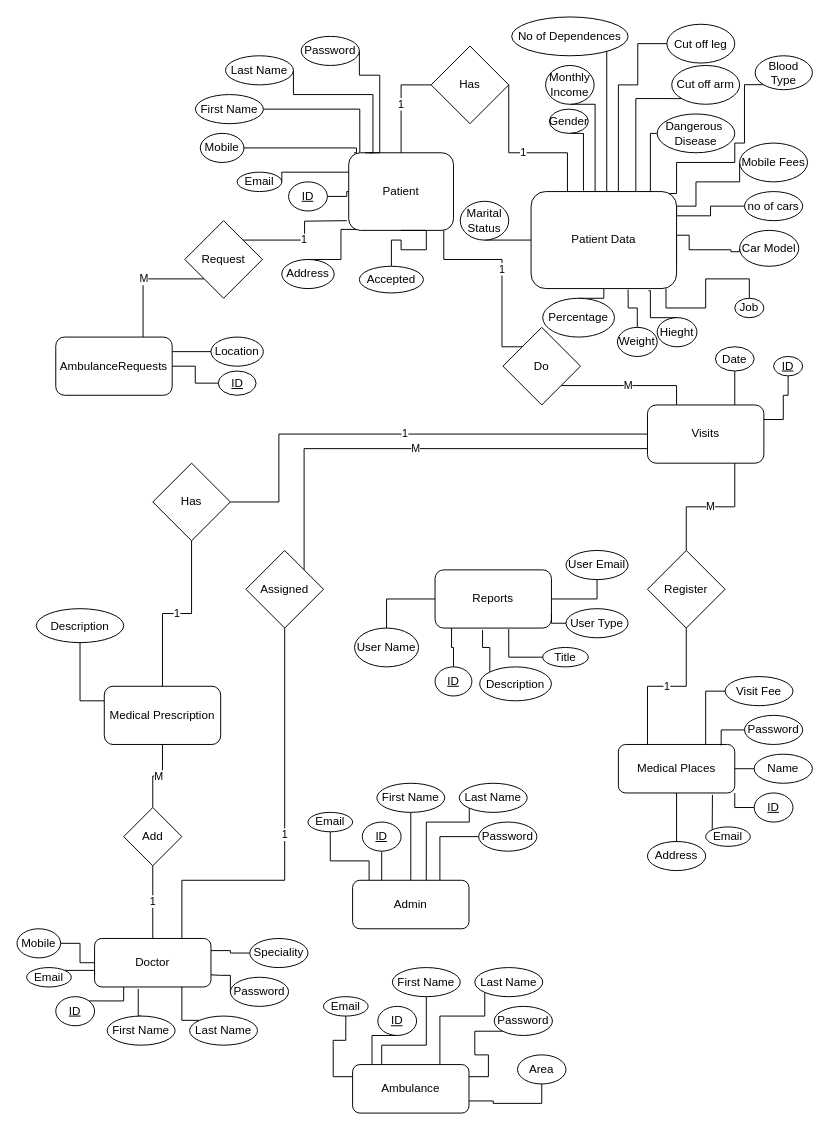
Earlier version of the draw.io diagram ERD.drawio (abdelrahmanbonna/Healthy_Shield_Analysis). Source tidied: cells renumbered, new cells numbered last; positions are measured from the earlier drawing's top-left corner, leaving out a move shared by most shapes. Both pictures are drawn from the tidied source at 97%, with x=0, y=0 at pixel (16, 16).
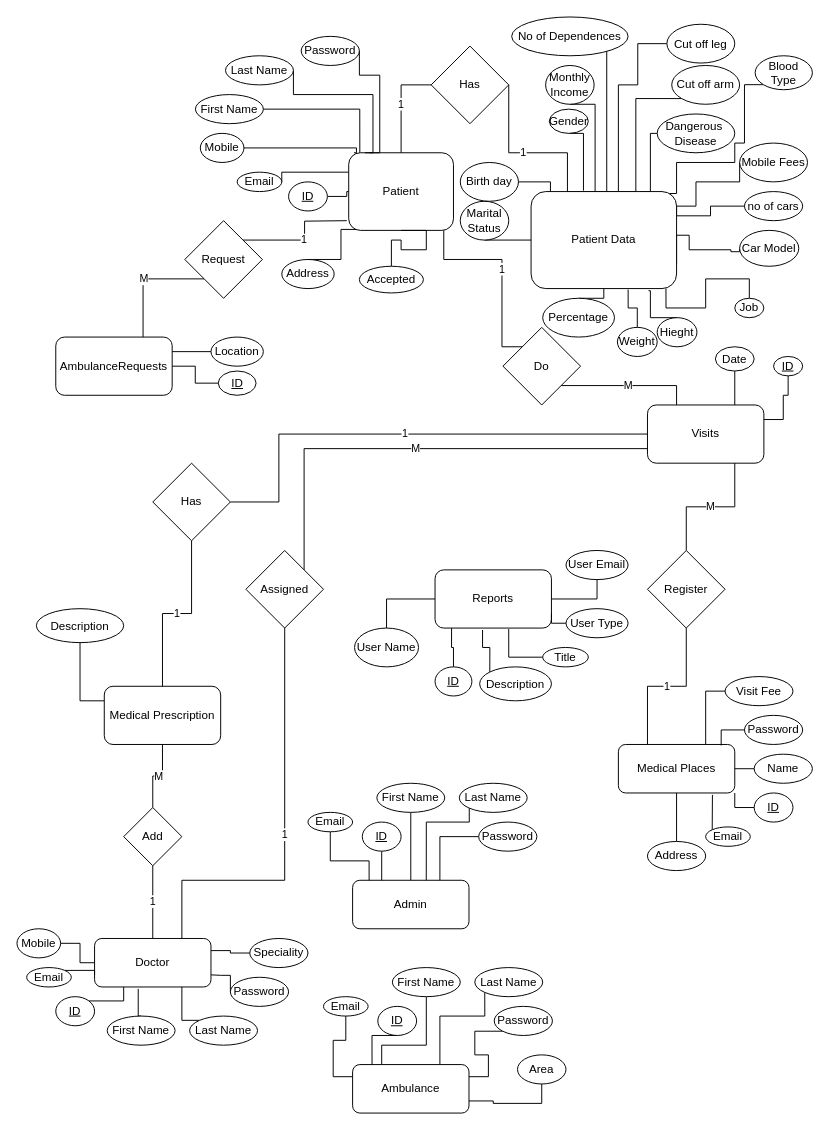
The same diagram, later.

The change refers to these unchanged cells:
```xml
<mxCell id="143" value="Patient Data" style="rounded=1;whiteSpace=wrap;html=1;" parent="1" vertex="1">
  <mxGeometry x="530" y="180" width="150" height="100" as="geometry" />
</mxCell>
```

Change to the diagram source:
```diff
@@
+    <mxCell id="149" style="edgeStyle=orthogonalEdgeStyle;rounded=0;jettySize=auto;html=1;exitX=1;exitY=0.5;exitDx=0;exitDy=0;entryX=0.133;entryY=0;entryDx=0;entryDy=0;entryPerimeter=0;endArrow=none;endFill=0;" parent="1" edge="1" source="150" target="143">
+      <mxGeometry relative="1" as="geometry" />
+    </mxCell>
+    <mxCell id="150" value="Birth day" style="ellipse;whiteSpace=wrap;html=1;" parent="1" vertex="1">
+      <mxGeometry x="457" y="150" width="60" height="40" as="geometry" />
+    </mxCell>
```
